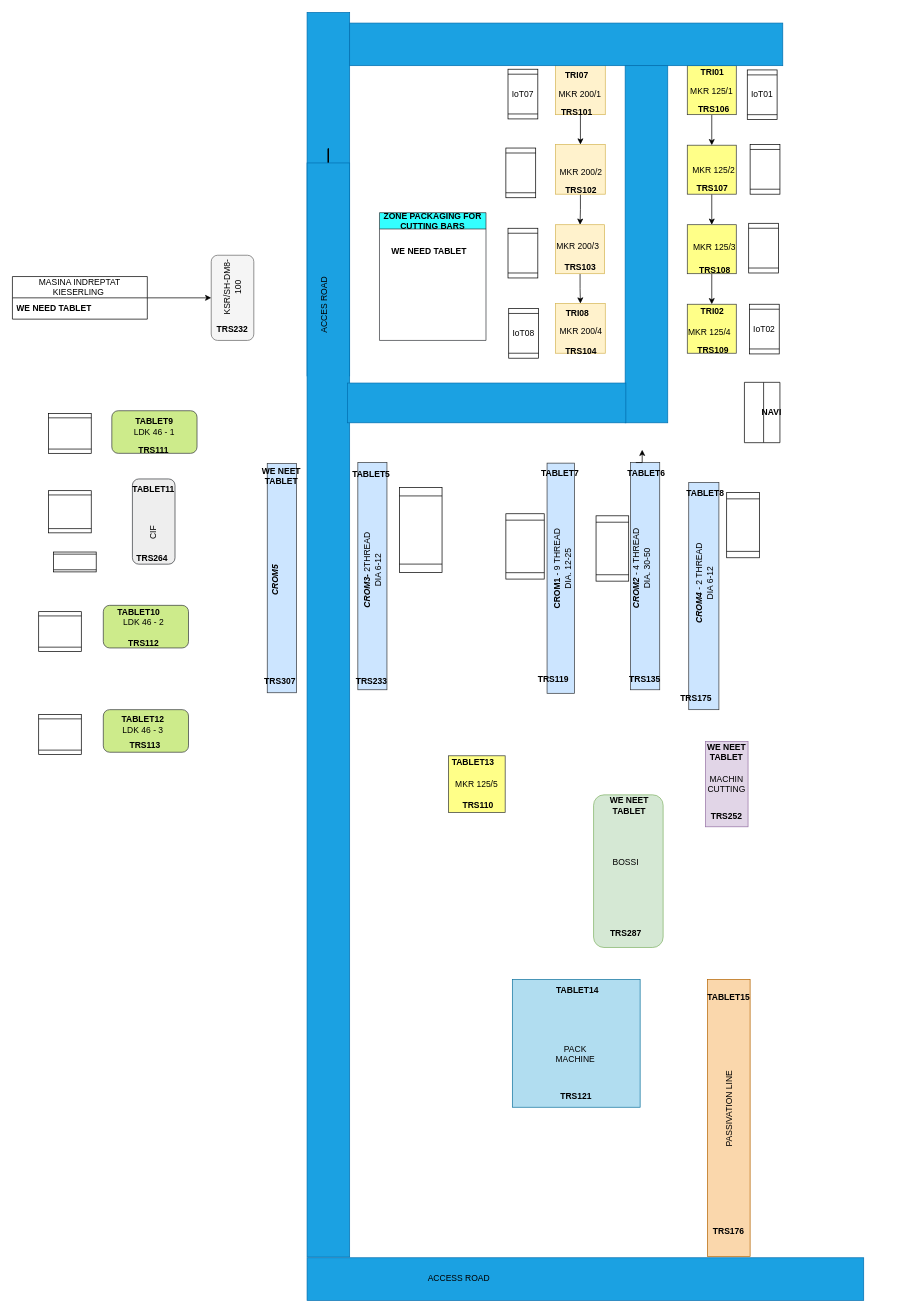
TomaAndreeaCristina/proiect_final keeps this draw.io diagram as page "Page-2" (2 of 2) of Untitled Diagram.drawio. Above is the earlier version. Source tidied: cells renumbered, new cells numbered last; positions are measured from the earlier drawing's top-left corner, leaving out a move shared by most shapes. Both pictures are drawn from the tidied source at 71%, with x=0, y=0 at pixel (-219, 23).
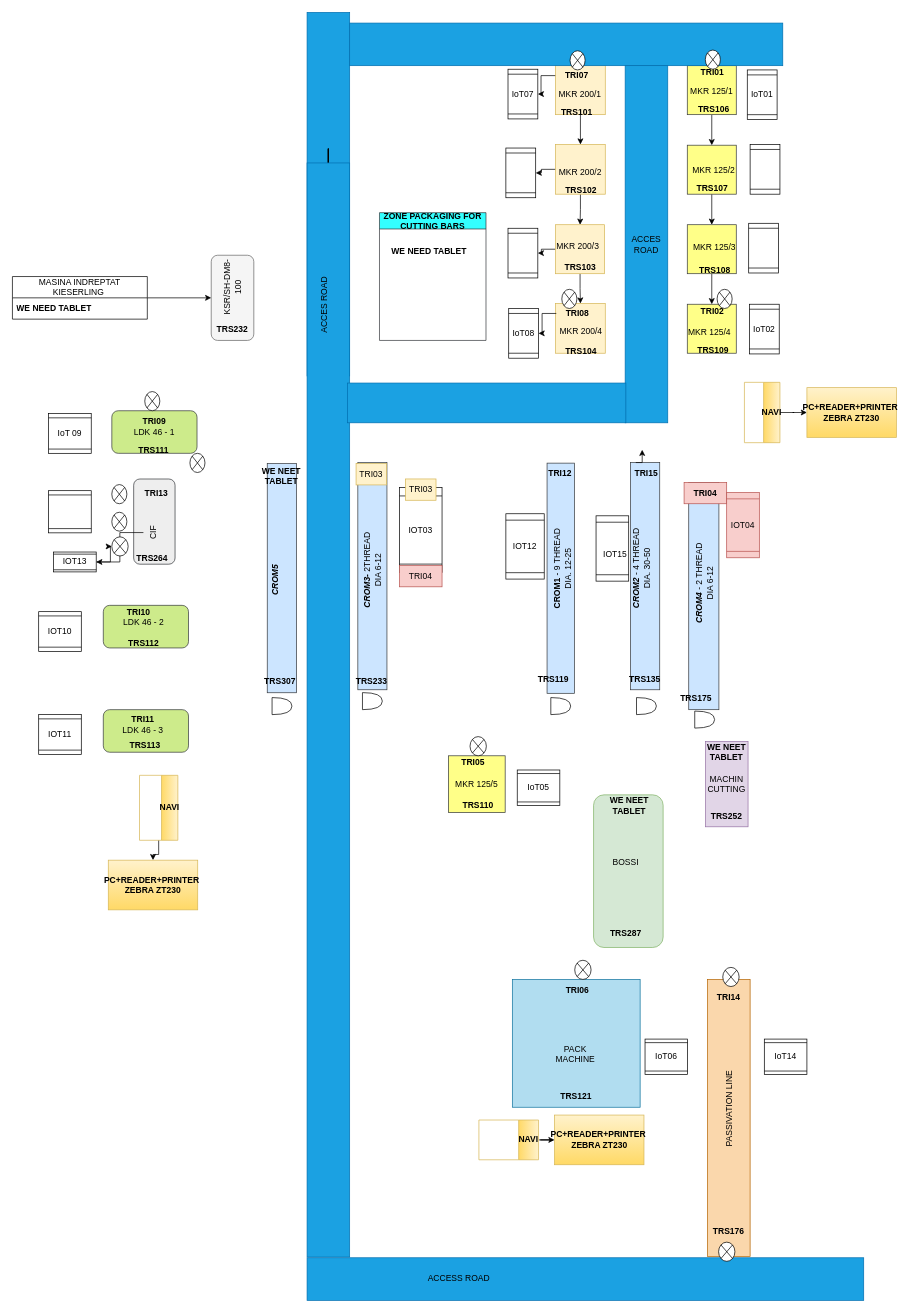
The same diagram, later.

Unchanged cells that the change refers to:
```xml
<mxCell id="7" style="whiteSpace=wrap;html=1;fillColor=#fff2cc;strokeColor=#d6b656;" parent="1" vertex="1">
  <mxGeometry x="1090" y="171" width="70" height="70" as="geometry" />
</mxCell>
<mxCell id="9" style="whiteSpace=wrap;html=1;fillColor=#fff2cc;strokeColor=#d6b656;fontStyle=1;" parent="1" vertex="1">
  <mxGeometry x="1090" y="284" width="69" height="69" as="geometry" />
</mxCell>
<mxCell id="39" value="&lt;b&gt;TRI07&lt;/b&gt;" style="text;html=1;align=center;verticalAlign=middle;whiteSpace=wrap;rounded=0;" parent="1" vertex="1">
  <mxGeometry x="1089.5" y="59" width="60" height="30" as="geometry" />
</mxCell>
<mxCell id="40" value="&lt;b&gt;TRI08&lt;/b&gt;" style="text;html=1;align=center;verticalAlign=middle;whiteSpace=wrap;rounded=0;" parent="1" vertex="1">
  <mxGeometry x="1091" y="394" width="60" height="30" as="geometry" />
</mxCell>
<mxCell id="61" value="CIF" style="text;html=1;align=center;verticalAlign=middle;whiteSpace=wrap;rounded=0;rotation=-90;" parent="1" vertex="1">
  <mxGeometry x="494" y="703.1" width="60" height="29" as="geometry" />
</mxCell>
<mxCell id="118" value="IoT07" style="shape=process;whiteSpace=wrap;html=1;backgroundOutline=1;direction=south;" parent="1" vertex="1">
  <mxGeometry x="1023" y="65" width="42" height="70" as="geometry" />
</mxCell>
<mxCell id="119" style="shape=process;whiteSpace=wrap;html=1;backgroundOutline=1;direction=south;" parent="1" vertex="1">
  <mxGeometry x="1020" y="176" width="42" height="70" as="geometry" />
</mxCell>
<mxCell id="120" style="shape=process;whiteSpace=wrap;html=1;backgroundOutline=1;direction=south;" parent="1" vertex="1">
  <mxGeometry x="1023" y="289" width="42" height="70" as="geometry" />
</mxCell>
<mxCell id="121" value="IoT08" style="shape=process;whiteSpace=wrap;html=1;backgroundOutline=1;direction=south;" parent="1" vertex="1">
  <mxGeometry x="1024" y="402" width="42" height="70" as="geometry" />
</mxCell>
```

The edit, as a diff of the source:
```diff
@@
+    <mxCell id="132" style="edgeStyle=orthogonalEdgeStyle;rounded=0;jettySize=auto;html=1;" parent="1" edge="1" source="7" target="119">
+      <mxGeometry relative="1" as="geometry" />
+    </mxCell>
@@
+    <mxCell id="133" style="edgeStyle=orthogonalEdgeStyle;rounded=0;jettySize=auto;html=1;" parent="1" edge="1" source="9" target="120">
+      <mxGeometry relative="1" as="geometry" />
+    </mxCell>
@@
     <mxCell id="19" style="rounded=1;whiteSpace=wrap;html=1;rotation=90;fillColor=#eeeeee;strokeColor=#36393d;" parent="1" vertex="1">
-      <mxGeometry x="464" y="672.1" width="120" height="60" as="geometry" />
+      <mxGeometry x="464.9" y="673" width="120" height="58.3" as="geometry" />
     </mxCell>
@@
     <mxCell id="26" value="MKR 200/2" style="text;html=1;align=center;verticalAlign=middle;whiteSpace=wrap;rounded=0;" parent="1" vertex="1">
-      <mxGeometry x="1092" y="196" width="68" height="30" as="geometry" />
+      <mxGeometry x="1090" y="196" width="70" height="30" as="geometry" />
     </mxCell>
@@
+    <mxCell id="134" style="edgeStyle=orthogonalEdgeStyle;rounded=0;jettySize=auto;html=1;" parent="1" edge="1" source="39" target="118">
+      <mxGeometry relative="1" as="geometry" />
+    </mxCell>
@@
+    <mxCell id="135" style="edgeStyle=orthogonalEdgeStyle;rounded=0;jettySize=auto;html=1;" parent="1" edge="1" source="40" target="121">
+      <mxGeometry relative="1" as="geometry" />
+    </mxCell>
@@
-    <mxCell id="50" value="&lt;b&gt;TABLET5&lt;/b&gt;" style="text;html=1;align=center;verticalAlign=middle;whiteSpace=wrap;rounded=0;" parent="1" vertex="1">
+    <mxCell id="50" value="TRI03" style="text;html=1;align=center;verticalAlign=middle;whiteSpace=wrap;rounded=0;fillColor=#fff2cc;strokeColor=#d6b656;" parent="1" vertex="1">
       <mxGeometry x="809" y="620.5" width="43" height="30" as="geometry" />
     </mxCell>
@@
-    <mxCell id="52" value="&lt;b&gt;TABLET6&lt;/b&gt;" style="text;html=1;align=center;verticalAlign=middle;whiteSpace=wrap;rounded=0;" parent="1" vertex="1">
+    <mxCell id="52" value="&lt;b&gt;TRI15&lt;/b&gt;" style="text;html=1;align=center;verticalAlign=middle;whiteSpace=wrap;rounded=0;" parent="1" vertex="1">
       <mxGeometry x="1188" y="619" width="60" height="30" as="geometry" />
     </mxCell>
-    <mxCell id="53" value="&lt;b&gt;TABLET7&lt;/b&gt;" style="text;html=1;align=center;verticalAlign=middle;whiteSpace=wrap;rounded=0;" parent="1" vertex="1">
+    <mxCell id="53" value="&lt;b&gt;TRI12&lt;/b&gt;" style="text;html=1;align=center;verticalAlign=middle;whiteSpace=wrap;rounded=0;" parent="1" vertex="1">
       <mxGeometry x="1071.5" y="627" width="48.5" height="16" as="geometry" />
     </mxCell>
@@
-    <mxCell id="55" value="&lt;b&gt;TABLET8&lt;/b&gt;" style="text;html=1;align=center;verticalAlign=middle;whiteSpace=wrap;rounded=0;" parent="1" vertex="1">
+    <mxCell id="55" value="&lt;b&gt;TRI04&lt;/b&gt;" style="text;html=1;align=center;verticalAlign=middle;whiteSpace=wrap;rounded=0;fillColor=#f8cecc;strokeColor=#b85450;" parent="1" vertex="1">
       <mxGeometry x="1271" y="647" width="60" height="30" as="geometry" />
     </mxCell>
@@
-    <mxCell id="59" value="&lt;b&gt;TABLET9&lt;/b&gt;" style="text;html=1;align=center;verticalAlign=middle;whiteSpace=wrap;rounded=0;" parent="1" vertex="1">
+    <mxCell id="59" value="&lt;b&gt;TRI09&lt;/b&gt;" style="text;html=1;align=center;verticalAlign=middle;whiteSpace=wrap;rounded=0;" parent="1" vertex="1">
       <mxGeometry x="495" y="546" width="60" height="30" as="geometry" />
     </mxCell>
-    <mxCell id="60" value="&lt;b&gt;TABLET10&lt;/b&gt;" style="text;html=1;align=center;verticalAlign=middle;whiteSpace=wrap;rounded=0;" parent="1" vertex="1">
+    <mxCell id="60" value="&lt;b&gt;TRI10&lt;/b&gt;" style="text;html=1;align=center;verticalAlign=middle;whiteSpace=wrap;rounded=0;" parent="1" vertex="1">
       <mxGeometry x="473" y="815.2" width="60" height="30" as="geometry" />
     </mxCell>
+    <mxCell id="136" style="edgeStyle=orthogonalEdgeStyle;rounded=0;jettySize=auto;html=1;" parent="1" edge="1" source="61" target="128">
+      <mxGeometry relative="1" as="geometry" />
+    </mxCell>
@@
-    <mxCell id="62" value="&lt;b&gt;TABLET11&lt;/b&gt;" style="text;html=1;align=center;verticalAlign=middle;whiteSpace=wrap;rounded=0;" parent="1" vertex="1">
-      <mxGeometry x="494" y="642.1" width="60" height="30" as="geometry" />
+    <mxCell id="62" value="&lt;b&gt;TRI13&lt;/b&gt;" style="text;html=1;align=center;verticalAlign=middle;whiteSpace=wrap;rounded=0;" parent="1" vertex="1">
+      <mxGeometry x="498" y="647" width="60" height="30" as="geometry" />
     </mxCell>
-    <mxCell id="63" value="TABLET12" style="text;html=1;align=center;verticalAlign=middle;whiteSpace=wrap;rounded=0;fontStyle=1;" parent="1" vertex="1">
+    <mxCell id="63" value="TRI11" style="text;html=1;align=center;verticalAlign=middle;whiteSpace=wrap;rounded=0;fontStyle=1;" parent="1" vertex="1">
       <mxGeometry x="479" y="964" width="60" height="33" as="geometry" />
     </mxCell>
@@
-    <mxCell id="66" value="&lt;b&gt;TABLET13&lt;/b&gt;" style="text;html=1;align=center;verticalAlign=middle;whiteSpace=wrap;rounded=0;" parent="1" vertex="1">
+    <mxCell id="66" value="&lt;b&gt;TRI05&lt;/b&gt;" style="text;html=1;align=center;verticalAlign=middle;whiteSpace=wrap;rounded=0;" parent="1" vertex="1">
       <mxGeometry x="944" y="1027" width="60" height="30" as="geometry" />
     </mxCell>
@@
-    <mxCell id="74" value="&lt;b&gt;TABLET14&lt;/b&gt;" style="text;html=1;align=center;verticalAlign=middle;whiteSpace=wrap;rounded=0;" parent="1" vertex="1">
+    <mxCell id="74" value="&lt;b&gt;TRI06&lt;/b&gt;" style="text;html=1;align=center;verticalAlign=middle;whiteSpace=wrap;rounded=0;" parent="1" vertex="1">
       <mxGeometry x="1091" y="1347" width="60" height="30" as="geometry" />
     </mxCell>
@@
-    <mxCell id="77" value="&lt;b&gt;TABLET15&lt;/b&gt;" style="text;html=1;align=center;verticalAlign=middle;whiteSpace=wrap;rounded=0;" parent="1" vertex="1">
+    <mxCell id="77" value="&lt;b&gt;TRI14&lt;/b&gt;" style="text;html=1;align=center;verticalAlign=middle;whiteSpace=wrap;rounded=0;" parent="1" vertex="1">
       <mxGeometry x="1304" y="1357" width="60" height="30" as="geometry" />
     </mxCell>
@@
-    <mxCell id="112" style="rounded=0;whiteSpace=wrap;html=1;direction=south;fillColor=#1ba1e2;fontColor=#ffffff;strokeColor=#006EAF;" parent="1" vertex="1">
+    <mxCell id="112" value="&lt;span style=&quot;color: rgb(0, 0, 0);&quot;&gt;ACCES ROAD&lt;/span&gt;" style="rounded=0;whiteSpace=wrap;html=1;direction=south;fillColor=#1ba1e2;fontColor=#ffffff;strokeColor=#006EAF;" parent="1" vertex="1">
       <mxGeometry x="1188" y="60" width="60" height="503" as="geometry" />
     </mxCell>
@@
-    <mxCell id="114" style="shape=process;whiteSpace=wrap;html=1;backgroundOutline=1;direction=south;" parent="1" vertex="1">
+    <mxCell id="114" value="IOT03" style="shape=process;whiteSpace=wrap;html=1;backgroundOutline=1;direction=south;" parent="1" vertex="1">
       <mxGeometry x="870.1" y="654" width="60" height="120" as="geometry" />
     </mxCell>
-    <mxCell id="115" style="shape=process;whiteSpace=wrap;html=1;backgroundOutline=1;direction=south;" parent="1" vertex="1">
+    <mxCell id="115" value="IOT12" style="shape=process;whiteSpace=wrap;html=1;backgroundOutline=1;direction=south;" parent="1" vertex="1">
       <mxGeometry x="1020" y="691.1" width="54" height="92" as="geometry" />
     </mxCell>
@@
-    <mxCell id="117" style="shape=process;whiteSpace=wrap;html=1;backgroundOutline=1;direction=south;" parent="1" vertex="1">
+    <mxCell id="117" value="IOT04" style="shape=process;whiteSpace=wrap;html=1;backgroundOutline=1;direction=south;fillColor=#f8cecc;strokeColor=#b85450;" parent="1" vertex="1">
       <mxGeometry x="1331" y="661.1" width="46" height="92" as="geometry" />
     </mxCell>
@@
-    <mxCell id="126" style="shape=process;whiteSpace=wrap;html=1;backgroundOutline=1;direction=south;" parent="1" vertex="1">
+    <mxCell id="126" value="IoT 09" style="shape=process;whiteSpace=wrap;html=1;backgroundOutline=1;direction=south;" parent="1" vertex="1">
       <mxGeometry x="376" y="550" width="60" height="56" as="geometry" />
     </mxCell>
@@
+    <mxCell id="137" style="edgeStyle=orthogonalEdgeStyle;rounded=0;jettySize=auto;html=1;" parent="1" edge="1" source="128" target="156">
+      <mxGeometry relative="1" as="geometry" />
+    </mxCell>
-    <mxCell id="128" style="shape=process;whiteSpace=wrap;html=1;backgroundOutline=1;direction=south;" parent="1" vertex="1">
+    <mxCell id="128" value="IOT13" style="shape=process;whiteSpace=wrap;html=1;backgroundOutline=1;direction=south;" parent="1" vertex="1">
       <mxGeometry x="383" y="745" width="60" height="28" as="geometry" />
     </mxCell>
-    <mxCell id="129" style="shape=process;whiteSpace=wrap;html=1;backgroundOutline=1;direction=south;" parent="1" vertex="1">
+    <mxCell id="129" value="IOT10" style="shape=process;whiteSpace=wrap;html=1;backgroundOutline=1;direction=south;" parent="1" vertex="1">
       <mxGeometry x="362" y="829" width="60" height="56" as="geometry" />
     </mxCell>
-    <mxCell id="130" style="shape=process;whiteSpace=wrap;html=1;backgroundOutline=1;direction=south;" parent="1" vertex="1">
+    <mxCell id="130" value="IOT11" style="shape=process;whiteSpace=wrap;html=1;backgroundOutline=1;direction=south;" parent="1" vertex="1">
       <mxGeometry x="362" y="974" width="60" height="56" as="geometry" />
     </mxCell>
+    <mxCell id="138" style="edgeStyle=orthogonalEdgeStyle;rounded=0;jettySize=auto;html=1;" parent="1" edge="1" source="131" target="151">
+      <mxGeometry relative="1" as="geometry" />
+    </mxCell>
-    <mxCell id="131" value="NAVI" style="swimlane;whiteSpace=wrap;html=1;direction=south;" parent="1" vertex="1">
+    <mxCell id="131" value="NAVI" style="swimlane;whiteSpace=wrap;html=1;direction=south;fillColor=#fff2cc;gradientColor=#ffd966;strokeColor=#d6b656;" parent="1" vertex="1">
       <mxGeometry x="1356" y="506" width="50" height="85" as="geometry" />
     </mxCell>
+    <mxCell id="139" value="IoT05" style="shape=process;whiteSpace=wrap;html=1;backgroundOutline=1;direction=south;" parent="1" vertex="1">
+      <mxGeometry x="1036" y="1052" width="60" height="50" as="geometry" />
+    </mxCell>
+    <mxCell id="140" value="IOT15" style="text;html=1;whiteSpace=wrap;strokeColor=none;fillColor=none;align=center;verticalAlign=middle;rounded=0;" parent="1" vertex="1">
+      <mxGeometry x="1143.5" y="734" width="60" height="30" as="geometry" />
+    </mxCell>
+    <mxCell id="141" value="TRI04" style="text;html=1;whiteSpace=wrap;strokeColor=#b85450;fillColor=#f8cecc;align=center;verticalAlign=middle;rounded=0;" parent="1" vertex="1">
+      <mxGeometry x="870.1" y="764" width="60" height="30" as="geometry" />
+    </mxCell>
+    <mxCell id="142" value="TRI03" style="text;html=1;align=center;verticalAlign=middle;whiteSpace=wrap;rounded=0;fillColor=#fff2cc;strokeColor=#d6b656;" parent="1" vertex="1">
+      <mxGeometry x="878.6" y="642.1" width="43" height="30" as="geometry" />
+    </mxCell>
+    <mxCell id="143" value="IoT06" style="shape=process;whiteSpace=wrap;html=1;backgroundOutline=1;direction=south;" parent="1" vertex="1">
+      <mxGeometry x="1216" y="1431" width="60" height="50" as="geometry" />
+    </mxCell>
+    <mxCell id="144" value="IoT14" style="shape=process;whiteSpace=wrap;html=1;backgroundOutline=1;direction=south;" parent="1" vertex="1">
+      <mxGeometry x="1384" y="1431" width="60" height="50" as="geometry" />
+    </mxCell>
+    <mxCell id="145" style="edgeStyle=orthogonalEdgeStyle;rounded=0;jettySize=auto;html=1;" parent="1" edge="1" source="146" target="150">
+      <mxGeometry relative="1" as="geometry" />
+    </mxCell>
+    <mxCell id="146" value="NAVI" style="swimlane;whiteSpace=wrap;html=1;direction=south;startSize=28;fillColor=#fff2cc;gradientColor=#ffd966;strokeColor=#d6b656;" parent="1" vertex="1">
+      <mxGeometry x="982" y="1545" width="84" height="56" as="geometry" />
+    </mxCell>
+    <mxCell id="147" style="edgeStyle=orthogonalEdgeStyle;rounded=0;jettySize=auto;html=1;" parent="1" edge="1" source="148" target="149">
+      <mxGeometry relative="1" as="geometry" />
+    </mxCell>
+    <mxCell id="148" value="NAVI" style="swimlane;whiteSpace=wrap;html=1;direction=south;fillColor=#fff2cc;gradientColor=#ffd966;strokeColor=#d6b656;" parent="1" vertex="1">
+      <mxGeometry x="504" y="1059.5" width="54" height="91.5" as="geometry" />
+    </mxCell>
+    <mxCell id="149" value="PC+READER+PRINTER&amp;nbsp;&lt;div&gt;ZEBRA ZT230&lt;/div&gt;" style="whiteSpace=wrap;html=1;fillColor=#fff2cc;strokeColor=#d6b656;fontStyle=1;startSize=23;gradientColor=#ffd966;" parent="1" vertex="1">
+      <mxGeometry x="460" y="1179" width="126" height="70" as="geometry" />
+    </mxCell>
+    <mxCell id="150" value="PC+READER+PRINTER&amp;nbsp;&lt;div&gt;ZEBRA ZT230&lt;/div&gt;" style="whiteSpace=wrap;html=1;fillColor=#fff2cc;strokeColor=#d6b656;fontStyle=1;startSize=23;gradientColor=#ffd966;" parent="1" vertex="1">
+      <mxGeometry x="1088.5" y="1538" width="126" height="70" as="geometry" />
+    </mxCell>
+    <mxCell id="151" value="PC+READER+PRINTER&amp;nbsp;&lt;div&gt;ZEBRA ZT230&lt;/div&gt;" style="whiteSpace=wrap;html=1;fillColor=#fff2cc;strokeColor=#d6b656;fontStyle=1;startSize=23;gradientColor=#ffd966;" parent="1" vertex="1">
+      <mxGeometry x="1444" y="513.5" width="126" height="70" as="geometry" />
+    </mxCell>
+    <mxCell id="152" style="verticalLabelPosition=bottom;verticalAlign=top;html=1;shape=mxgraph.flowchart.or;" parent="1" vertex="1">
+      <mxGeometry x="1110.4" y="39" width="21.2" height="27" as="geometry" />
+    </mxCell>
+    <mxCell id="153" style="verticalLabelPosition=bottom;verticalAlign=top;html=1;shape=mxgraph.flowchart.or;" parent="1" vertex="1">
+      <mxGeometry x="1098.8" y="375" width="21.2" height="27" as="geometry" />
+    </mxCell>
+    <mxCell id="154" style="verticalLabelPosition=bottom;verticalAlign=top;html=1;shape=mxgraph.flowchart.or;" parent="1" vertex="1">
+      <mxGeometry x="1300.9" y="38" width="21.2" height="27" as="geometry" />
+    </mxCell>
+    <mxCell id="155" style="verticalLabelPosition=bottom;verticalAlign=top;html=1;shape=mxgraph.flowchart.or;" parent="1" vertex="1">
+      <mxGeometry x="1317.5" y="375" width="21.2" height="27" as="geometry" />
+    </mxCell>
+    <mxCell id="156" style="verticalLabelPosition=bottom;verticalAlign=top;html=1;shape=mxgraph.flowchart.or;" parent="1" vertex="1">
+      <mxGeometry x="465" y="723.6" width="23" height="27" as="geometry" />
+    </mxCell>
+    <mxCell id="157" style="verticalLabelPosition=bottom;verticalAlign=top;html=1;shape=mxgraph.flowchart.or;" parent="1" vertex="1">
+      <mxGeometry x="465" y="689" width="21.2" height="26.6" as="geometry" />
+    </mxCell>
+    <mxCell id="158" style="verticalLabelPosition=bottom;verticalAlign=top;html=1;shape=mxgraph.flowchart.or;" parent="1" vertex="1">
+      <mxGeometry x="465" y="650" width="21.2" height="27" as="geometry" />
+    </mxCell>
+    <mxCell id="159" style="verticalLabelPosition=bottom;verticalAlign=top;html=1;shape=mxgraph.flowchart.or;" parent="1" vertex="1">
+      <mxGeometry x="969.5" y="1005" width="23" height="27" as="geometry" />
+    </mxCell>
+    <mxCell id="160" style="verticalLabelPosition=bottom;verticalAlign=top;html=1;shape=mxgraph.flowchart.or;" parent="1" vertex="1">
+      <mxGeometry x="1117" y="1320" width="23" height="27" as="geometry" />
+    </mxCell>
+    <mxCell id="161" style="verticalLabelPosition=bottom;verticalAlign=top;html=1;shape=mxgraph.flowchart.or;" parent="1" vertex="1">
+      <mxGeometry x="1325.5" y="1330" width="23" height="27" as="geometry" />
+    </mxCell>
+    <mxCell id="162" style="verticalLabelPosition=bottom;verticalAlign=top;html=1;shape=mxgraph.flowchart.or;" parent="1" vertex="1">
+      <mxGeometry x="1319.6" y="1717" width="23" height="27" as="geometry" />
+    </mxCell>
+    <mxCell id="163" style="shape=or;whiteSpace=wrap;html=1;" parent="1" vertex="1">
+      <mxGeometry x="818" y="943" width="28" height="24" as="geometry" />
+    </mxCell>
+    <mxCell id="164" style="shape=or;whiteSpace=wrap;html=1;" parent="1" vertex="1">
+      <mxGeometry x="1083.3" y="950" width="28" height="24" as="geometry" />
+    </mxCell>
+    <mxCell id="165" style="shape=or;whiteSpace=wrap;html=1;" parent="1" vertex="1">
+      <mxGeometry x="1204" y="950" width="28" height="24" as="geometry" />
+    </mxCell>
+    <mxCell id="166" style="shape=or;whiteSpace=wrap;html=1;" parent="1" vertex="1">
+      <mxGeometry x="1286" y="969" width="28" height="24" as="geometry" />
+    </mxCell>
+    <mxCell id="167" style="shape=or;whiteSpace=wrap;html=1;" parent="1" vertex="1">
+      <mxGeometry x="690.7" y="950" width="28" height="24" as="geometry" />
+    </mxCell>
+    <mxCell id="168" style="verticalLabelPosition=bottom;verticalAlign=top;html=1;shape=mxgraph.flowchart.or;" parent="1" vertex="1">
+      <mxGeometry x="511.4" y="519" width="21.2" height="27" as="geometry" />
+    </mxCell>
+    <mxCell id="169" style="verticalLabelPosition=bottom;verticalAlign=top;html=1;shape=mxgraph.flowchart.or;" parent="1" vertex="1">
+      <mxGeometry x="575" y="606" width="21.2" height="27" as="geometry" />
+    </mxCell>
```
